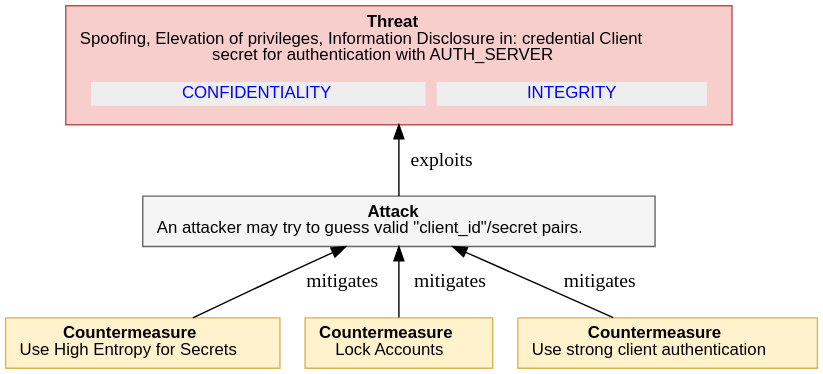
Earlier version of the PlantUML export report-examples/OAuth2/img/threatTree/4_3_5_CLIENT_SECRET_BRUTE_FORCE.svg (DavidCervigni/threat-models). Its source is kept beside it as report-examples/OAuth2/img/threatTree/4_3_5_CLIENT_SECRET_BRUTE_FORCE.puml.
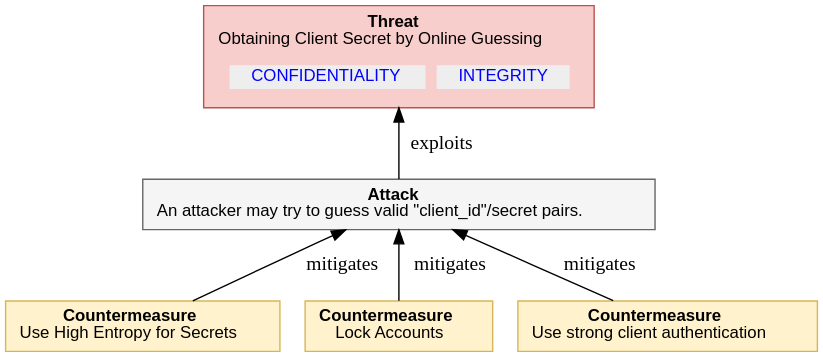
The same diagram one commit later.

The edit, as a diff of the source:
```diff
@@ -7,7 +7,7 @@
     <<table border="0" cellborder="0" cellspacing="0">
      <tr><td align="center"><b>Threat</b><br/>
 
-Spoofing, Elevation of privileges, Information Disclosure in: credential Client<br/>secret for authentication with AUTH_SERVER
+Obtaining Client Secret by Online Guessing
 </td></tr>
      <tr><td><table border="0" cellborder="0" cellspacing="8"><tr>
                 ret += secObj.linkedImpactMDText()
```
